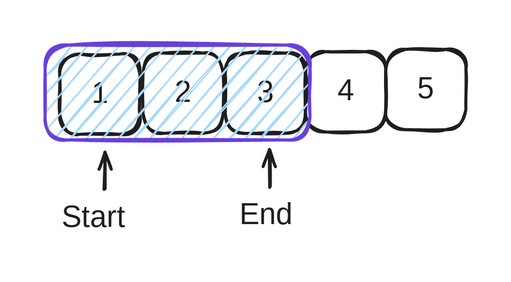
Above: .gitbook/assets/file.excalidraw (2).svg in saisankalp-dev/gitbook-dsa (Excalidraw), before the change. Source tidied: one line per element, renumbered; positions are measured from the earlier drawing's top-left corner, leaving out a move shared by most shapes. The source it was exported from:
```json
{"id": 0, "type": "rectangle", "strokeColor": "#1e1e1e", "strokeWidth": 2, "roughness": 1, "round": true, "x": 10, "y": 6, "width": 53, "height": 53}
{"id": 1, "type": "text", "text": "1", "strokeColor": "#1e1e1e", "backgroundColor": "#e03131", "fillStyle": "hachure", "strokeWidth": 4, "roughness": 0, "fontSize": 20, "fontFamily": 1, "textAlign": "center", "verticalAlign": "middle", "inside": 0, "x": 34, "y": 20, "width": 5, "height": 25}
{"id": 2, "type": "rectangle", "strokeColor": "#1e1e1e", "strokeWidth": 2, "roughness": 1, "round": true, "x": 65, "y": 5, "width": 53, "height": 53}
{"id": 3, "type": "text", "text": "2", "strokeColor": "#1e1e1e", "backgroundColor": "#e03131", "fillStyle": "hachure", "strokeWidth": 4, "roughness": 0, "fontSize": 20, "fontFamily": 1, "textAlign": "center", "verticalAlign": "middle", "inside": 2, "x": 85, "y": 20, "width": 14, "height": 25}
{"id": 4, "type": "rectangle", "strokeColor": "#1e1e1e", "strokeWidth": 2, "roughness": 1, "round": true, "x": 120, "y": 5, "width": 53, "height": 53}
{"id": 5, "type": "text", "text": "3", "strokeColor": "#1e1e1e", "backgroundColor": "#e03131", "fillStyle": "hachure", "strokeWidth": 4, "roughness": 0, "fontSize": 20, "fontFamily": 1, "textAlign": "center", "verticalAlign": "middle", "inside": 4, "x": 140, "y": 20, "width": 14, "height": 25}
{"id": 6, "type": "rectangle", "strokeColor": "#1e1e1e", "strokeWidth": 2, "roughness": 1, "round": true, "x": 174, "y": 4, "width": 53, "height": 53}
{"id": 7, "type": "text", "text": "4", "strokeColor": "#1e1e1e", "backgroundColor": "#e03131", "fillStyle": "hachure", "strokeWidth": 4, "roughness": 0, "fontSize": 20, "fontFamily": 1, "textAlign": "center", "verticalAlign": "middle", "inside": 6, "x": 194, "y": 19, "width": 13, "height": 25}
{"id": 8, "type": "rectangle", "strokeColor": "#1e1e1e", "strokeWidth": 2, "roughness": 1, "round": true, "x": 227, "y": 3, "width": 53, "height": 53}
{"id": 9, "type": "text", "text": "5", "strokeColor": "#1e1e1e", "backgroundColor": "#e03131", "fillStyle": "hachure", "strokeWidth": 4, "roughness": 0, "fontSize": 20, "fontFamily": 1, "textAlign": "center", "verticalAlign": "middle", "inside": 8, "x": 248, "y": 17, "width": 12, "height": 25}
{"id": 10, "type": "rectangle", "strokeColor": "#6741d9", "backgroundColor": "#a5d8ff", "fillStyle": "hachure", "strokeWidth": 2, "roughness": 1, "round": true, "x": 0, "y": 0, "width": 177, "height": 63}
{"id": 11, "type": "arrow", "strokeColor": "#1e1e1e", "strokeWidth": 2, "roughness": 1, "endArrowhead": "arrow", "round": true, "from": 12, "to": 10, "x": 40, "y": 96, "width": 0, "height": 24, "points": [[0, 0], [0, -24]]}
{"id": 12, "type": "text", "text": "Start", "strokeColor": "#1e1e1e", "strokeWidth": 2, "roughness": 1, "fontSize": 20, "fontFamily": 1, "x": 11, "y": 103, "width": 57, "height": 25}
{"id": 13, "type": "arrow", "strokeColor": "#1e1e1e", "strokeWidth": 2, "roughness": 1, "endArrowhead": "arrow", "round": true, "from": 14, "to": 10, "x": 150, "y": 94, "width": 0, "height": 24, "points": [[0, 0], [0, -24]]}
{"id": 14, "type": "text", "text": "End", "strokeColor": "#1e1e1e", "strokeWidth": 2, "roughness": 1, "fontSize": 20, "fontFamily": 1, "x": 130, "y": 101, "width": 34, "height": 25}
```
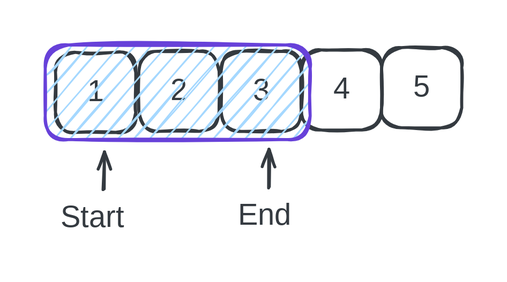
The same diagram one commit later.

The edit, as a diff of the source:
```diff
@@ -1,15 +1,15 @@
-{"id": 0, "type": "rectangle", "strokeColor": "#1e1e1e", "strokeWidth": 2, "roughness": 1, "round": true, "x": 10, "y": 6, "width": 53, "height": 53}
+{"id": 0, "type": "rectangle", "strokeColor": "#343a40", "strokeWidth": 2, "roughness": 1, "round": true, "x": 10, "y": 6, "width": 53, "height": 53}
-{"id": 1, "type": "text", "text": "1", "strokeColor": "#1e1e1e", "backgroundColor": "#e03131", "fillStyle": "hachure", "strokeWidth": 4, "roughness": 0, "fontSize": 20, "fontFamily": 1, "textAlign": "center", "verticalAlign": "middle", "inside": 0, "x": 34, "y": 20, "width": 5, "height": 25}
+{"id": 1, "type": "text", "text": "1", "strokeColor": "#343a40", "backgroundColor": "#e03131", "fillStyle": "hachure", "strokeWidth": 4, "roughness": 0, "fontSize": 20, "fontFamily": 1, "textAlign": "center", "verticalAlign": "middle", "inside": 0, "x": 34, "y": 20, "width": 5, "height": 25}
-{"id": 2, "type": "rectangle", "strokeColor": "#1e1e1e", "strokeWidth": 2, "roughness": 1, "round": true, "x": 65, "y": 5, "width": 53, "height": 53}
+{"id": 2, "type": "rectangle", "strokeColor": "#343a40", "strokeWidth": 2, "roughness": 1, "round": true, "x": 65, "y": 5, "width": 53, "height": 53}
-{"id": 3, "type": "text", "text": "2", "strokeColor": "#1e1e1e", "backgroundColor": "#e03131", "fillStyle": "hachure", "strokeWidth": 4, "roughness": 0, "fontSize": 20, "fontFamily": 1, "textAlign": "center", "verticalAlign": "middle", "inside": 2, "x": 85, "y": 20, "width": 14, "height": 25}
+{"id": 3, "type": "text", "text": "2", "strokeColor": "#343a40", "backgroundColor": "#e03131", "fillStyle": "hachure", "strokeWidth": 4, "roughness": 0, "fontSize": 20, "fontFamily": 1, "textAlign": "center", "verticalAlign": "middle", "inside": 2, "x": 85, "y": 20, "width": 14, "height": 25}
-{"id": 4, "type": "rectangle", "strokeColor": "#1e1e1e", "strokeWidth": 2, "roughness": 1, "round": true, "x": 120, "y": 5, "width": 53, "height": 53}
+{"id": 4, "type": "rectangle", "strokeColor": "#343a40", "strokeWidth": 2, "roughness": 1, "round": true, "x": 120, "y": 5, "width": 53, "height": 53}
-{"id": 5, "type": "text", "text": "3", "strokeColor": "#1e1e1e", "backgroundColor": "#e03131", "fillStyle": "hachure", "strokeWidth": 4, "roughness": 0, "fontSize": 20, "fontFamily": 1, "textAlign": "center", "verticalAlign": "middle", "inside": 4, "x": 140, "y": 20, "width": 14, "height": 25}
+{"id": 5, "type": "text", "text": "3", "strokeColor": "#343a40", "backgroundColor": "#e03131", "fillStyle": "hachure", "strokeWidth": 4, "roughness": 0, "fontSize": 20, "fontFamily": 1, "textAlign": "center", "verticalAlign": "middle", "inside": 4, "x": 140, "y": 20, "width": 14, "height": 25}
-{"id": 6, "type": "rectangle", "strokeColor": "#1e1e1e", "strokeWidth": 2, "roughness": 1, "round": true, "x": 174, "y": 4, "width": 53, "height": 53}
+{"id": 6, "type": "rectangle", "strokeColor": "#343a40", "strokeWidth": 2, "roughness": 1, "round": true, "x": 174, "y": 4, "width": 53, "height": 53}
-{"id": 7, "type": "text", "text": "4", "strokeColor": "#1e1e1e", "backgroundColor": "#e03131", "fillStyle": "hachure", "strokeWidth": 4, "roughness": 0, "fontSize": 20, "fontFamily": 1, "textAlign": "center", "verticalAlign": "middle", "inside": 6, "x": 194, "y": 19, "width": 13, "height": 25}
+{"id": 7, "type": "text", "text": "4", "strokeColor": "#343a40", "backgroundColor": "#e03131", "fillStyle": "hachure", "strokeWidth": 4, "roughness": 0, "fontSize": 20, "fontFamily": 1, "textAlign": "center", "verticalAlign": "middle", "inside": 6, "x": 194, "y": 19, "width": 13, "height": 25}
-{"id": 8, "type": "rectangle", "strokeColor": "#1e1e1e", "strokeWidth": 2, "roughness": 1, "round": true, "x": 227, "y": 3, "width": 53, "height": 53}
+{"id": 8, "type": "rectangle", "strokeColor": "#343a40", "strokeWidth": 2, "roughness": 1, "round": true, "x": 227, "y": 3, "width": 53, "height": 53}
-{"id": 9, "type": "text", "text": "5", "strokeColor": "#1e1e1e", "backgroundColor": "#e03131", "fillStyle": "hachure", "strokeWidth": 4, "roughness": 0, "fontSize": 20, "fontFamily": 1, "textAlign": "center", "verticalAlign": "middle", "inside": 8, "x": 248, "y": 17, "width": 12, "height": 25}
+{"id": 9, "type": "text", "text": "5", "strokeColor": "#343a40", "backgroundColor": "#e03131", "fillStyle": "hachure", "strokeWidth": 4, "roughness": 0, "fontSize": 20, "fontFamily": 1, "textAlign": "center", "verticalAlign": "middle", "inside": 8, "x": 248, "y": 17, "width": 12, "height": 25}
-{"id": 10, "type": "rectangle", "strokeColor": "#6741d9", "backgroundColor": "#a5d8ff", "fillStyle": "hachure", "strokeWidth": 2, "roughness": 1, "round": true, "x": 0, "y": 0, "width": 177, "height": 63}
+{"id": 10, "type": "rectangle", "strokeColor": "#6741d9", "backgroundColor": "#a5d8ff", "fillStyle": "hachure", "strokeWidth": 2, "roughness": 1, "round": true, "x": 3, "y": 1, "width": 177, "height": 63}
-{"id": 11, "type": "arrow", "strokeColor": "#1e1e1e", "strokeWidth": 2, "roughness": 1, "endArrowhead": "arrow", "round": true, "from": 12, "to": 10, "x": 40, "y": 96, "width": 0, "height": 24, "points": [[0, 0], [0, -24]]}
+{"id": 11, "type": "arrow", "strokeColor": "#343a40", "strokeWidth": 2, "roughness": 1, "endArrowhead": "arrow", "round": true, "from": 12, "to": 10, "x": 42, "y": 98, "width": 0, "height": 24, "points": [[0, 0], [0, -24]]}
-{"id": 12, "type": "text", "text": "Start", "strokeColor": "#1e1e1e", "strokeWidth": 2, "roughness": 1, "fontSize": 20, "fontFamily": 1, "x": 11, "y": 103, "width": 57, "height": 25}
+{"id": 12, "type": "text", "text": "Start", "strokeColor": "#343a40", "strokeWidth": 2, "roughness": 1, "fontSize": 20, "fontFamily": 1, "x": 13, "y": 104, "width": 57, "height": 25}
-{"id": 13, "type": "arrow", "strokeColor": "#1e1e1e", "strokeWidth": 2, "roughness": 1, "endArrowhead": "arrow", "round": true, "from": 14, "to": 10, "x": 150, "y": 94, "width": 0, "height": 24, "points": [[0, 0], [0, -24]]}
+{"id": 13, "type": "arrow", "strokeColor": "#343a40", "strokeWidth": 2, "roughness": 1, "endArrowhead": "arrow", "round": true, "from": 14, "to": 10, "x": 152, "y": 96, "width": 1, "height": 25, "points": [[0, 0], [1, -25]]}
-{"id": 14, "type": "text", "text": "End", "strokeColor": "#1e1e1e", "strokeWidth": 2, "roughness": 1, "fontSize": 20, "fontFamily": 1, "x": 130, "y": 101, "width": 34, "height": 25}
+{"id": 14, "type": "text", "text": "End", "strokeColor": "#343a40", "strokeWidth": 2, "roughness": 1, "fontSize": 20, "fontFamily": 1, "x": 131, "y": 103, "width": 34, "height": 25}
```
